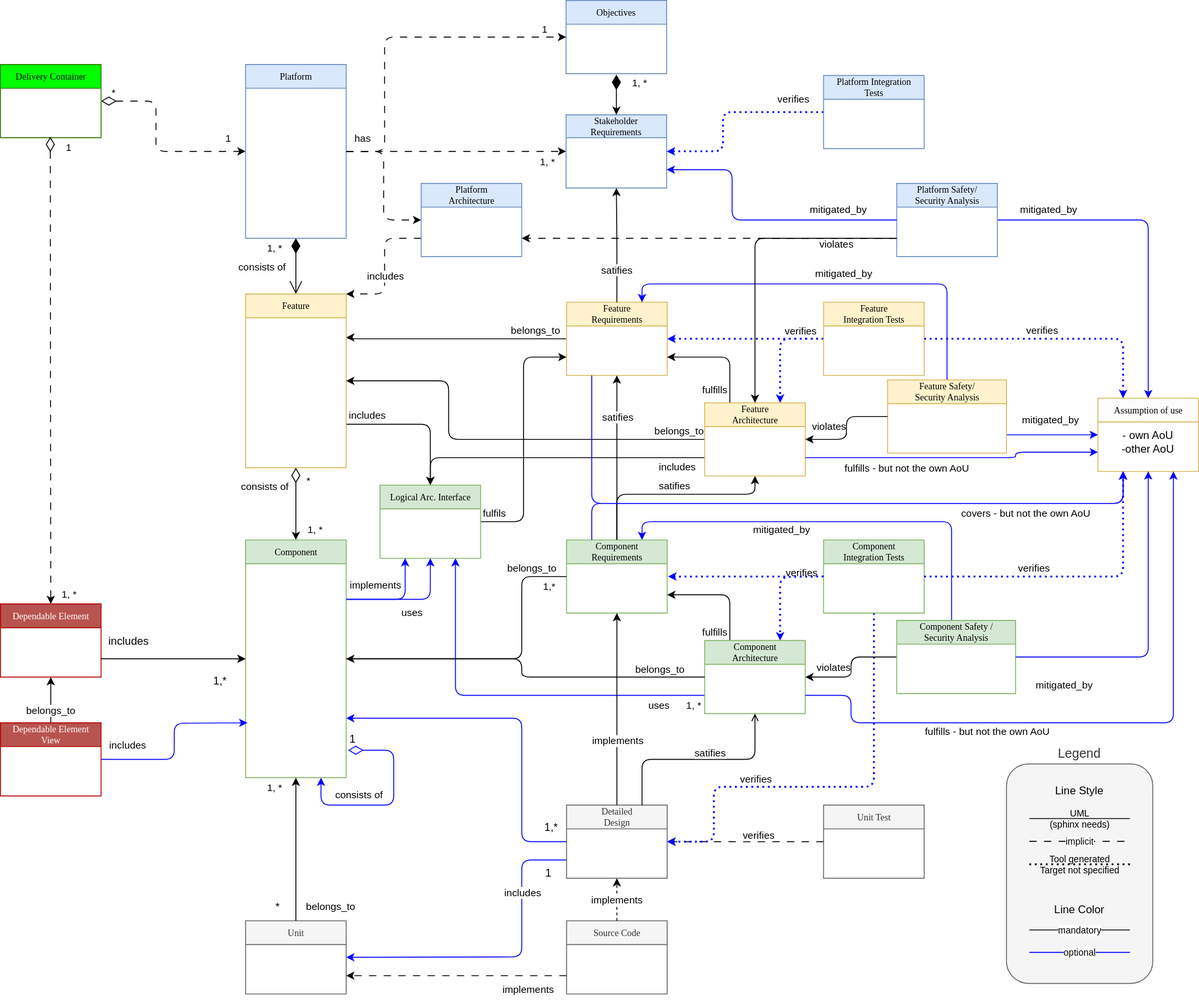
Earlier version of the draw.io export process/general_concepts/_assets/score_building_blocks_meta_model.drawio.svg (eclipse-score/process_description). Source tidied: cells renumbered, new cells last; positions are measured from the earlier drawing's top-left corner, leaving out a move shared by most shapes.
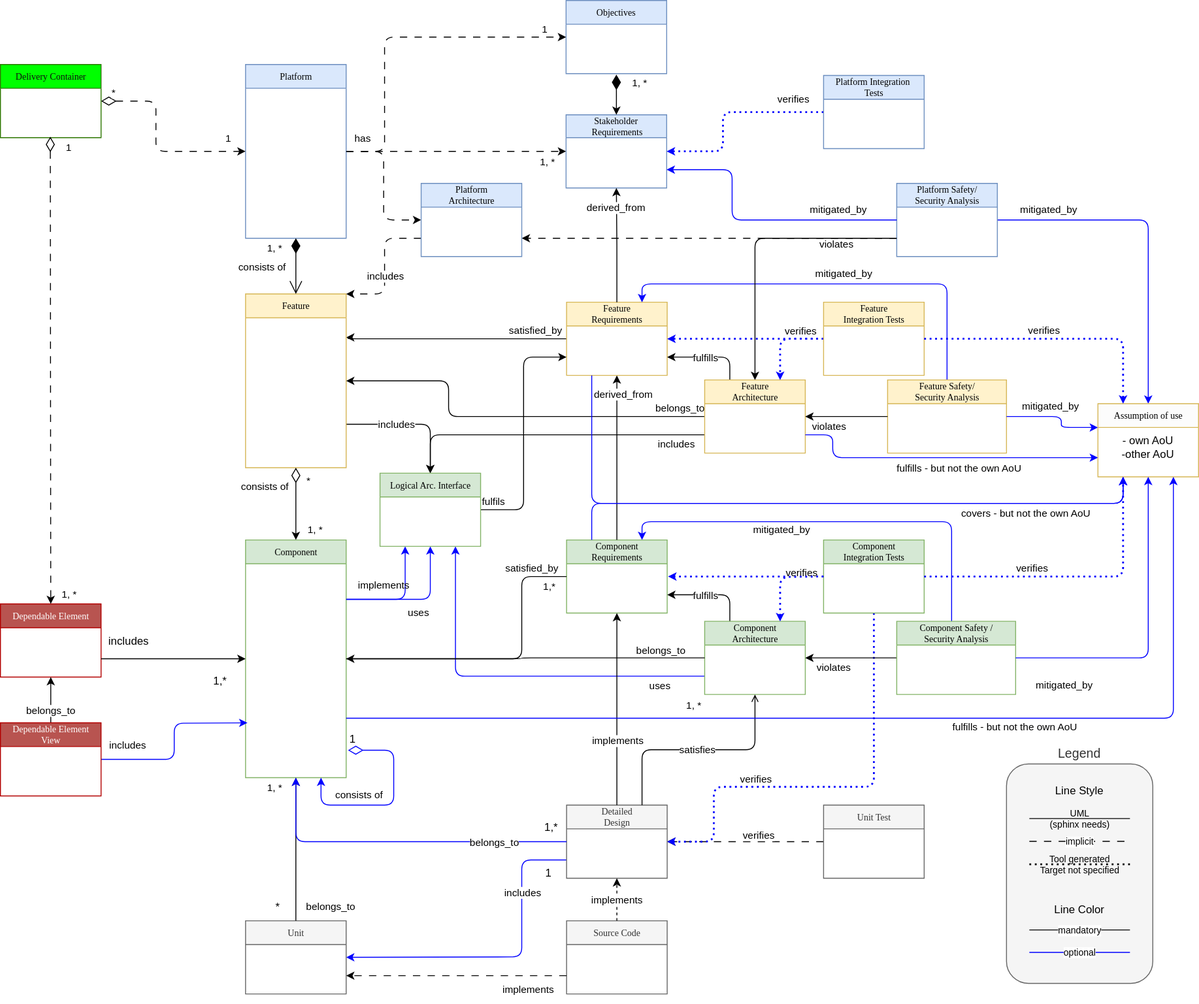
Above is the later version.

Change to the diagram source:
```diff
@@ -18,14 +18,16 @@
         <mxPoint x="173" y="404" as="offset" />
       </mxGeometry>
     </mxCell>
-    <mxCell id="5" value="belongs_to" style="edgeLabel;html=1;align=center;verticalAlign=middle;" parent="3" vertex="1">
+    <mxCell id="5" value="satisfied_by" style="edgeLabel;html=1;align=center;verticalAlign=middle;" parent="3" vertex="1">
       <mxGeometry x="0.82" y="3" relative="1" as="geometry">
         <mxPoint x="-13" y="-7" as="offset" />
       </mxGeometry>
     </mxCell>
     <mxCell id="6" value="includes" style="edgeStyle=orthogonalEdgeStyle;html=1;exitX=1;exitY=0.75;exitDx=0;exitDy=0;entryX=0.5;entryY=0;entryDx=0;entryDy=0;" parent="1" edge="1" source="7" target="112">
-      <mxGeometry x="-0.71" y="11" relative="1" as="geometry">
-        <mxPoint y="1" as="offset" />
+      <mxGeometry x="-0.24" relative="1" as="geometry">
+        <Array as="points">
+          <mxPoint x="470" y="464" />
+        </Array>
       </mxGeometry>
     </mxCell>
     <mxCell id="7" value="Feature" style="swimlane;html=1;fontStyle=0;horizontal=1;startSize=26;fillColor=#fff2cc;swimlaneFillColor=#ffffff;rounded=0;shadow=0;comic=0;labelBackgroundColor=none;strokeWidth=1;fontFamily=Verdana;fontSize=10;align=center;strokeColor=#d6b656;" parent="1" vertex="1">
@@ -48,16 +50,20 @@
     </mxCell>
     <mxCell id="13" value="fulfills" style="edgeLabel;html=1;align=center;verticalAlign=middle;" parent="12" vertex="1">
       <mxGeometry x="0.11" y="1" relative="1" as="geometry">
-        <mxPoint x="-1" y="34" as="offset" />
+        <mxPoint y="-1" as="offset" />
       </mxGeometry>
     </mxCell>
     <mxCell id="14" value="includes" style="edgeStyle=orthogonalEdgeStyle;html=1;exitX=0;exitY=0.75;exitDx=0;exitDy=0;entryX=0.5;entryY=0;entryDx=0;entryDy=0;" parent="1" edge="1" source="17" target="112">
-      <mxGeometry x="-0.82" y="10" relative="1" as="geometry" />
+      <mxGeometry x="-0.82" y="10" relative="1" as="geometry">
+        <Array as="points">
+          <mxPoint x="470" y="475" />
+        </Array>
+      </mxGeometry>
     </mxCell>
     <mxCell id="15" style="edgeStyle=orthogonalEdgeStyle;html=1;exitX=0;exitY=0.5;exitDx=0;exitDy=0;entryX=1;entryY=0.5;entryDx=0;entryDy=0;" parent="1" edge="1" source="17" target="7">
       <mxGeometry relative="1" as="geometry">
         <Array as="points">
-          <mxPoint x="490" y="480" />
+          <mxPoint x="490" y="455" />
           <mxPoint x="490" y="416" />
         </Array>
       </mxGeometry>
@@ -68,21 +74,8 @@
       </mxGeometry>
     </mxCell>
     <mxCell id="17" value="Feature&lt;br&gt;Architecture" style="swimlane;html=1;fontStyle=0;horizontal=1;startSize=26;fillColor=#fff2cc;swimlaneFillColor=#ffffff;rounded=0;shadow=0;comic=0;labelBackgroundColor=none;strokeWidth=1;fontFamily=Verdana;fontSize=10;align=center;strokeColor=#d6b656;" parent="1" vertex="1">
-      <mxGeometry x="770" y="440" width="110" height="80" as="geometry" />
+      <mxGeometry x="770" y="415" width="110" height="80" as="geometry" />
     </mxCell>
-    <mxCell id="18" style="edgeStyle=orthogonalEdgeStyle;rounded=1;jettySize=auto;html=1;entryX=0.5;entryY=1;entryDx=0;entryDy=0;endArrow=classic;endFill=1;exitX=0.5;exitY=0;exitDx=0;exitDy=0;curved=0;" parent="1" edge="1" source="20" target="17">
-      <mxGeometry relative="1" as="geometry">
-        <Array as="points">
-          <mxPoint x="674" y="540" />
-          <mxPoint x="825" y="540" />
-        </Array>
-      </mxGeometry>
-    </mxCell>
-    <mxCell id="19" value="satifies" style="edgeLabel;html=1;align=center;verticalAlign=middle;" parent="18" vertex="1">
-      <mxGeometry x="0.06" y="6" relative="1" as="geometry">
-        <mxPoint x="-5" y="-4" as="offset" />
-      </mxGeometry>
-    </mxCell>
     <mxCell id="20" value="Component&lt;br&gt;Requirements" style="swimlane;html=1;fontStyle=0;horizontal=1;startSize=26;fillColor=#d5e8d4;swimlaneFillColor=#ffffff;rounded=0;shadow=0;comic=0;labelBackgroundColor=none;strokeWidth=1;fontFamily=Verdana;fontSize=10;align=center;strokeColor=#82b366;" parent="1" vertex="1">
       <mxGeometry x="619" y="590" width="110" height="80" as="geometry" />
     </mxCell>
@@ -99,7 +92,7 @@
         <mxPoint x="27" y="14" as="offset" />
       </mxGeometry>
     </mxCell>
-    <mxCell id="23" value="belongs_to" style="edgeLabel;html=1;align=center;verticalAlign=middle;" parent="21" vertex="1">
+    <mxCell id="23" value="satisfied_by" style="edgeLabel;html=1;align=center;verticalAlign=middle;" parent="21" vertex="1">
       <mxGeometry x="0.82" y="-1" relative="1" as="geometry">
         <mxPoint x="-9" y="-11" as="offset" />
       </mxGeometry>
@@ -213,14 +206,14 @@
     </mxCell>
     <mxCell id="48" value="fulfills" style="edgeLabel;html=1;align=center;verticalAlign=middle;" parent="47" vertex="1">
       <mxGeometry x="0.06" y="6" relative="1" as="geometry">
-        <mxPoint x="-4" y="34" as="offset" />
+        <mxPoint x="-4" y="-6" as="offset" />
       </mxGeometry>
     </mxCell>
     <mxCell id="49" value="uses" style="edgeStyle=orthogonalEdgeStyle;html=1;exitX=0;exitY=0.75;exitDx=0;exitDy=0;entryX=0.75;entryY=1;entryDx=0;entryDy=0;strokeColor=#0000FF;verticalAlign=top;spacing=0;" parent="1" edge="1" source="50" target="112">
       <mxGeometry x="-0.76" relative="1" as="geometry" />
     </mxCell>
     <mxCell id="50" value="Component&lt;br&gt;Architecture" style="swimlane;html=1;fontStyle=0;horizontal=1;startSize=26;fillColor=#d5e8d4;swimlaneFillColor=#ffffff;rounded=0;shadow=0;comic=0;labelBackgroundColor=none;strokeWidth=1;fontFamily=Verdana;fontSize=10;align=center;strokeColor=#82b366;" parent="1" vertex="1">
-      <mxGeometry x="770" y="700" width="110" height="80" as="geometry" />
+      <mxGeometry x="770" y="679" width="110" height="80" as="geometry" />
     </mxCell>
     <mxCell id="51" style="edgeStyle=orthogonalEdgeStyle;rounded=0;orthogonalLoop=1;jettySize=auto;html=1;endArrow=classic;endFill=1;" parent="1" edge="1">
       <mxGeometry relative="1" as="geometry">
@@ -228,16 +221,15 @@
         <mxPoint x="674" y="410" as="targetPoint" />
       </mxGeometry>
     </mxCell>
-    <mxCell id="52" value="satifies" style="edgeLabel;html=1;align=center;verticalAlign=middle;" parent="51" vertex="1">
+    <mxCell id="52" value="derived_from" style="edgeLabel;html=1;align=center;verticalAlign=middle;" parent="51" vertex="1">
       <mxGeometry x="0.06" y="6" relative="1" as="geometry">
-        <mxPoint x="6" y="-40" as="offset" />
+        <mxPoint x="12" y="-65" as="offset" />
       </mxGeometry>
     </mxCell>
     <mxCell id="53" value="&lt;div&gt;&lt;br&gt;&lt;/div&gt;" style="edgeStyle=orthogonalEdgeStyle;rounded=1;jettySize=auto;html=1;entryX=0;entryY=0.5;entryDx=0;entryDy=0;curved=0;exitX=1;exitY=0.5;exitDx=0;exitDy=0;startArrow=classic;startFill=1;endArrow=none;endFill=0;" parent="1" edge="1" source="9" target="50">
       <mxGeometry x="-0.89" y="10" relative="1" as="geometry">
         <Array as="points">
           <mxPoint x="570" y="720" />
-          <mxPoint x="570" y="740" />
         </Array>
       </mxGeometry>
     </mxCell>
@@ -249,20 +241,22 @@
     <mxCell id="55" value="Detailed&lt;br&gt;Design" style="swimlane;html=1;fontStyle=0;horizontal=1;startSize=26;fillColor=#f5f5f5;swimlaneFillColor=#ffffff;rounded=0;shadow=0;comic=0;labelBackgroundColor=none;strokeWidth=1;fontFamily=Verdana;fontSize=10;align=center;fontColor=#333333;strokeColor=#666666;" parent="1" vertex="1">
       <mxGeometry x="619" y="880" width="110" height="80" as="geometry" />
     </mxCell>
-    <mxCell id="56" style="edgeStyle=orthogonalEdgeStyle;rounded=1;jettySize=auto;html=1;entryX=0;entryY=0.5;entryDx=0;entryDy=0;verticalAlign=bottom;curved=0;exitX=1;exitY=0.75;exitDx=0;exitDy=0;endArrow=none;endFill=0;startArrow=classic;startFill=1;strokeColor=#0000FF;" parent="1" edge="1" source="9" target="55">
+    <mxCell id="56" style="edgeStyle=orthogonalEdgeStyle;rounded=1;jettySize=auto;html=1;entryX=0;entryY=0.5;entryDx=0;entryDy=0;verticalAlign=bottom;curved=0;exitX=0.5;exitY=1;exitDx=0;exitDy=0;endArrow=none;endFill=0;startArrow=classic;startFill=1;strokeColor=#0000FF;" parent="1" edge="1" source="9" target="55">
       <mxGeometry x="-0.88" relative="1" as="geometry">
         <Array as="points">
-          <mxPoint x="570" y="785" />
-          <mxPoint x="570" y="920" />
+          <mxPoint x="323" y="920" />
         </Array>
       </mxGeometry>
     </mxCell>
+    <mxCell id="146" value="belongs_to" style="edgeLabel;html=1;align=center;verticalAlign=middle;" parent="56" vertex="1">
+      <mxGeometry x="0.56" relative="1" as="geometry" />
+    </mxCell>
     <mxCell id="57" style="edgeStyle=orthogonalEdgeStyle;rounded=1;jettySize=auto;html=1;entryX=0.5;entryY=1;entryDx=0;entryDy=0;endArrow=open;endFill=0;exitX=0.75;exitY=0;exitDx=0;exitDy=0;curved=0;" parent="1" edge="1" source="55" target="50">
       <mxGeometry relative="1" as="geometry" />
     </mxCell>
-    <mxCell id="58" value="satifies" style="edgeLabel;html=1;align=center;verticalAlign=middle;" parent="57" vertex="1">
+    <mxCell id="58" value="satisfies" style="edgeLabel;html=1;align=center;verticalAlign=middle;" parent="57" vertex="1">
       <mxGeometry x="0.06" y="6" relative="1" as="geometry">
-        <mxPoint x="6" y="-2" as="offset" />
+        <mxPoint x="-9" y="6" as="offset" />
       </mxGeometry>
     </mxCell>
     <mxCell id="59" style="edgeStyle=orthogonalEdgeStyle;rounded=0;jettySize=auto;html=1;endArrow=classic;endFill=1;exitX=0.5;exitY=0;exitDx=0;exitDy=0;" parent="1" edge="1" source="55">
@@ -326,9 +320,6 @@
         <mxPoint x="13" as="offset" />
       </mxGeometry>
     </mxCell>
-    <mxCell id="71" style="edgeStyle=orthogonalEdgeStyle;rounded=0;jettySize=auto;html=1;entryX=1;entryY=0.75;entryDx=0;entryDy=0;exitX=0;exitY=0.5;exitDx=0;exitDy=0;endArrow=none;endFill=0;startArrow=classic;startFill=1;strokeColor=#0000FF;" parent="1" edge="1" source="74" target="73">
-      <mxGeometry relative="1" as="geometry" />
-    </mxCell>
     <mxCell id="72" style="edgeStyle=orthogonalEdgeStyle;rounded=1;jettySize=auto;html=1;entryX=0.75;entryY=0;entryDx=0;entryDy=0;endArrow=classic;endFill=1;startArrow=none;startFill=0;curved=0;strokeColor=#0000FF;" parent="1" edge="1" source="73" target="11">
       <mxGeometry relative="1" as="geometry">
         <Array as="points">
@@ -342,7 +333,7 @@
       <mxGeometry x="970" y="415" width="130" height="80" as="geometry" />
     </mxCell>
     <mxCell id="74" value="Assumption of use" style="swimlane;html=1;fontStyle=0;horizontal=1;startSize=26;fillColor=#fcfcfc;swimlaneFillColor=#ffffff;rounded=0;shadow=0;comic=0;labelBackgroundColor=none;strokeWidth=1;fontFamily=Verdana;fontSize=10;align=center;strokeColor=#d6b656;" parent="1" vertex="1">
-      <mxGeometry x="1200" y="435" width="110" height="80" as="geometry" />
+      <mxGeometry x="1200" y="441" width="110" height="80" as="geometry" />
     </mxCell>
     <mxCell id="75" value="- own AoU&lt;br&gt;-other AoU" style="text;html=1;strokeColor=none;fillColor=none;align=center;verticalAlign=middle;whiteSpace=wrap;rounded=0;" parent="74" vertex="1">
       <mxGeometry y="26" width="110" height="44" as="geometry" />
@@ -378,7 +369,7 @@
       </mxGeometry>
     </mxCell>
     <mxCell id="83" value="mitigated_by" style="edgeLabel;html=1;align=center;verticalAlign=middle;" parent="1" vertex="1">
-      <mxGeometry x="955" y="470" as="geometry">
+      <mxGeometry x="955" y="455" as="geometry">
         <mxPoint x="192" y="-12" as="offset" />
       </mxGeometry>
     </mxCell>
@@ -416,7 +407,7 @@
       </mxGeometry>
     </mxCell>
     <mxCell id="90" value="Component Safety /&lt;br&gt;Security Analysis" style="swimlane;html=1;fontStyle=0;horizontal=1;startSize=26;fillColor=#d5e8d4;swimlaneFillColor=#ffffff;rounded=0;shadow=0;comic=0;labelBackgroundColor=none;strokeWidth=1;fontFamily=Verdana;fontSize=10;align=center;strokeColor=#82b366;" parent="1" vertex="1">
-      <mxGeometry x="980" y="678" width="130" height="80" as="geometry" />
+      <mxGeometry x="980" y="679" width="130" height="80" as="geometry" />
     </mxCell>
     <mxCell id="91" style="edgeStyle=orthogonalEdgeStyle;rounded=1;jettySize=auto;html=1;entryX=1;entryY=0.5;entryDx=0;entryDy=0;startArrow=classic;startFill=1;endArrow=none;endFill=0;strokeColor=#0000FF;exitX=0.5;exitY=1;exitDx=0;exitDy=0;" parent="1" edge="1" source="74" target="90">
       <mxGeometry relative="1" as="geometry" />
@@ -520,7 +511,7 @@
       <mxGeometry x="-0.89" relative="1" as="geometry" />
     </mxCell>
     <mxCell id="112" value="Logical Arc. Interface" style="swimlane;html=1;fontStyle=0;horizontal=1;startSize=26;fillColor=#d5e8d4;swimlaneFillColor=#ffffff;rounded=0;shadow=0;comic=0;labelBackgroundColor=none;strokeWidth=1;fontFamily=Verdana;fontSize=10;align=center;strokeColor=#82b366;" parent="1" vertex="1">
-      <mxGeometry x="415" y="530" width="110" height="80" as="geometry" />
+      <mxGeometry x="415" y="517" width="110" height="80" as="geometry" />
     </mxCell>
     <mxCell id="113" value="Legend" style="rounded=1;whiteSpace=wrap;html=1;verticalAlign=bottom;labelPosition=center;verticalLabelPosition=top;align=center;fontSize=14;fillColor=#f5f5f5;fontColor=#333333;strokeColor=#666666;" parent="1" vertex="1">
       <mxGeometry x="1100" y="835" width="160" height="240" as="geometry" />
@@ -573,7 +564,7 @@
       <mxGeometry x="1150" y="850" width="60" height="30" as="geometry" />
     </mxCell>
     <mxCell id="124" value="implements" style="edgeStyle=orthogonalEdgeStyle;html=1;exitX=1;exitY=0.25;exitDx=0;exitDy=0;entryX=0.25;entryY=1;entryDx=0;entryDy=0;labelBackgroundColor=none;strokeColor=#0000FF;" parent="1" edge="1" source="9" target="112">
-      <mxGeometry x="-0.42" y="15" relative="1" as="geometry">
+      <mxGeometry x="-0.32" y="15" relative="1" as="geometry">
         <Array as="points">
           <mxPoint x="443" y="655" />
         </Array>
@@ -602,32 +593,29 @@
         <mxPoint x="13" y="-8" as="offset" />
       </mxGeometry>
     </mxCell>
-    <mxCell id="129" style="edgeStyle=orthogonalEdgeStyle;rounded=1;jettySize=auto;html=1;strokeColor=#0000ff;startArrow=classic;startFill=1;endArrow=none;endFill=0;exitX=0;exitY=0.75;exitDx=0;exitDy=0;" parent="1" edge="1" source="75">
+    <mxCell id="129" style="edgeStyle=orthogonalEdgeStyle;rounded=1;jettySize=auto;html=1;strokeColor=#0000ff;startArrow=classic;startFill=1;endArrow=none;endFill=0;exitX=0;exitY=0.75;exitDx=0;exitDy=0;entryX=1;entryY=0.75;entryDx=0;entryDy=0;" parent="1" edge="1" source="75" target="17">
       <mxGeometry relative="1" as="geometry">
-        <mxPoint x="880" y="500" as="targetPoint" />
         <Array as="points">
-          <mxPoint x="1110" y="494" />
-          <mxPoint x="1110" y="500" />
+          <mxPoint x="910" y="500" />
+          <mxPoint x="910" y="475" />
         </Array>
       </mxGeometry>
     </mxCell>
     <mxCell id="130" value="fulfills - but not the own AoU" style="edgeLabel;html=1;align=center;verticalAlign=middle;" parent="129" vertex="1">
       <mxGeometry x="-0.28" y="1" relative="1" as="geometry">
-        <mxPoint x="-98" y="10" as="offset" />
+        <mxPoint x="-28" y="10" as="offset" />
       </mxGeometry>
     </mxCell>
-    <mxCell id="131" style="edgeStyle=orthogonalEdgeStyle;rounded=1;jettySize=auto;html=1;exitX=0.75;exitY=1;exitDx=0;exitDy=0;strokeColor=#0000ff;startArrow=classic;startFill=1;endArrow=none;endFill=0;entryX=1;entryY=0.75;entryDx=0;entryDy=0;" parent="1" edge="1" source="74" target="50">
+    <mxCell id="131" style="edgeStyle=orthogonalEdgeStyle;rounded=1;jettySize=auto;html=1;exitX=0.75;exitY=1;exitDx=0;exitDy=0;strokeColor=#0000ff;startArrow=classic;startFill=1;endArrow=none;endFill=0;entryX=1;entryY=0.75;entryDx=0;entryDy=0;" parent="1" edge="1" source="74" target="9">
       <mxGeometry relative="1" as="geometry">
         <Array as="points">
-          <mxPoint x="1283" y="790" />
-          <mxPoint x="930" y="790" />
-          <mxPoint x="930" y="760" />
+          <mxPoint x="1283" y="785" />
         </Array>
       </mxGeometry>
     </mxCell>
     <mxCell id="132" value="fulfills - but not the own AoU" style="edgeLabel;html=1;align=center;verticalAlign=middle;" parent="131" vertex="1">
       <mxGeometry x="0.35" y="-2" relative="1" as="geometry">
-        <mxPoint y="11" as="offset" />
+        <mxPoint x="353" y="11" as="offset" />
       </mxGeometry>
     </mxCell>
     <mxCell id="133" style="edgeStyle=orthogonalEdgeStyle;rounded=1;jettySize=auto;html=1;entryX=0.25;entryY=0;entryDx=0;entryDy=0;dashed=1;curved=0;strokeColor=#0000FF;dashPattern=1 2;strokeWidth=2;endSize=3;exitX=1;exitY=0.5;exitDx=0;exitDy=0;" parent="1" edge="1" source="80" target="74">
@@ -685,10 +673,18 @@
     <mxCell id="144" style="edgeStyle=orthogonalEdgeStyle;rounded=0;jettySize=auto;html=1;exitX=0.5;exitY=0;exitDx=0;exitDy=0;endArrow=classic;endFill=1;entryX=0.5;entryY=1;entryDx=0;entryDy=0;" parent="1" edge="1" source="11" target="32">
       <mxGeometry relative="1" as="geometry" />
     </mxCell>
-    <mxCell id="145" value="satifies" style="edgeLabel;html=1;align=center;verticalAlign=middle;" parent="144" vertex="1">
+    <mxCell id="145" value="derived_from" style="edgeLabel;html=1;align=center;verticalAlign=middle;" parent="144" vertex="1">
       <mxGeometry x="0.11" y="1" relative="1" as="geometry">
-        <mxPoint x="1" y="34" as="offset" />
+        <mxPoint y="-34" as="offset" />
       </mxGeometry>
     </mxCell>
+    <mxCell id="147" style="edgeStyle=orthogonalEdgeStyle;rounded=1;jettySize=auto;html=1;entryX=0;entryY=0;entryDx=0;entryDy=0;exitX=1;exitY=0.5;exitDx=0;exitDy=0;strokeColor=#0000FF;" parent="1" edge="1" source="73" target="75">
+      <mxGeometry relative="1" as="geometry">
+        <Array as="points">
+          <mxPoint x="1160" y="455" />
+          <mxPoint x="1160" y="467" />
+        </Array>
+      </mxGeometry>
+    </mxCell>
   </root>
 </mxGraphModel>
```
